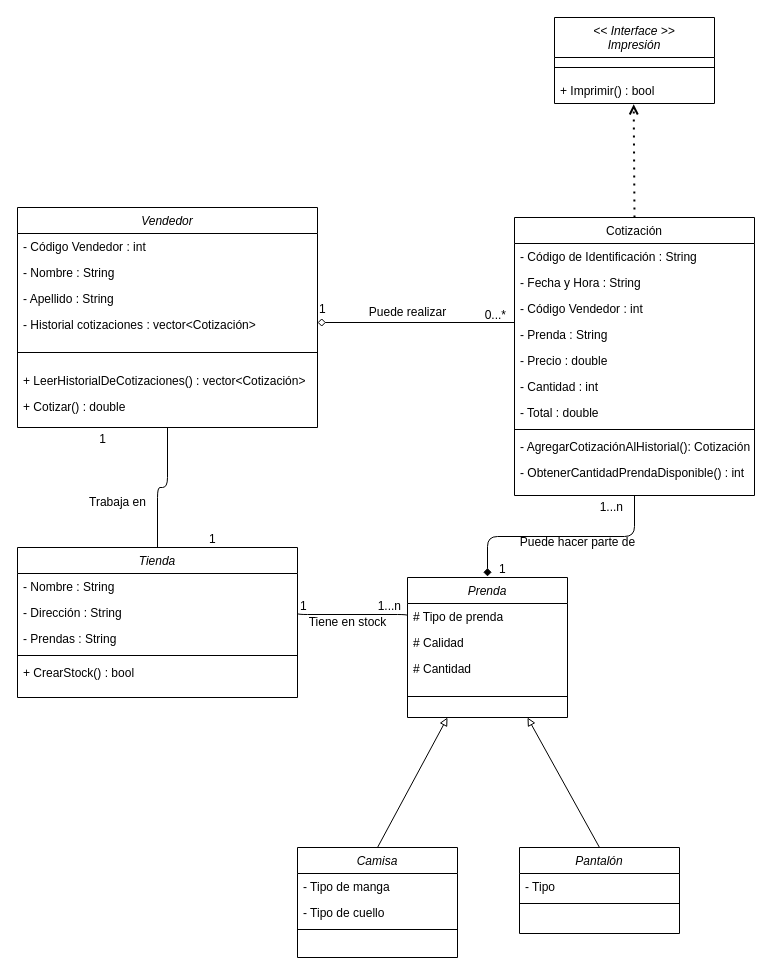
Before: DiagramaDeClases.drawio in Jhsh007/DesafioCotizador, a draw.io diagram. Source tidied: cells renumbered, new cells numbered last; positions are measured from the earlier drawing's top-left corner, leaving out a move shared by most shapes. Both pictures are drawn from the tidied source at 100%, with x=0, y=0 at pixel (17, 17).
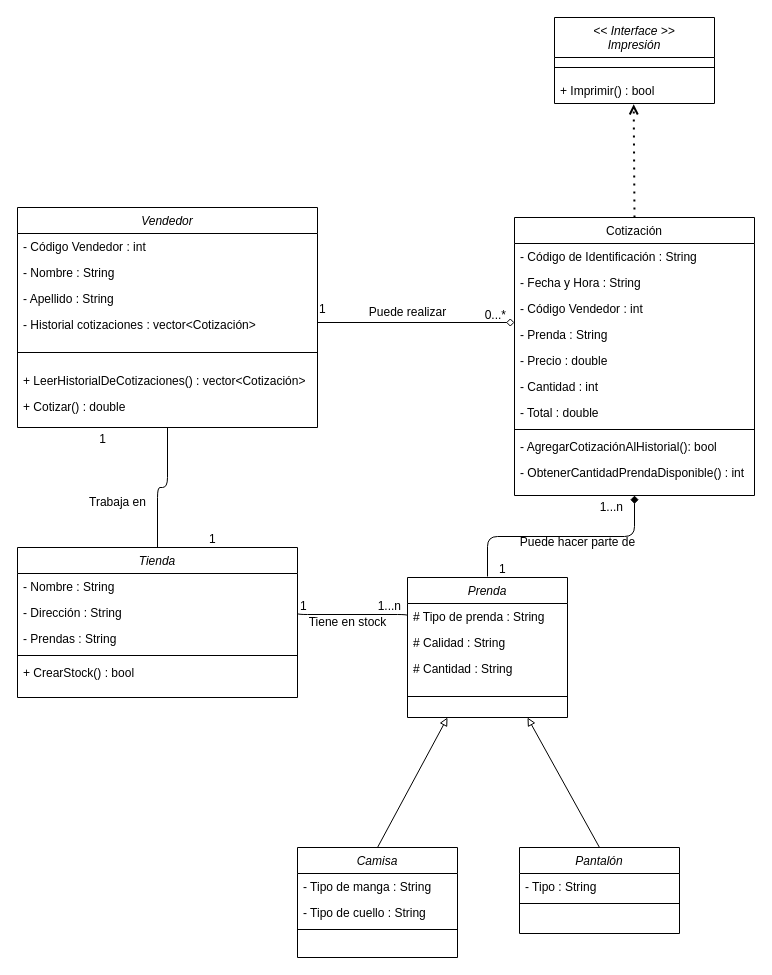
Above is the later version.

Commit message (it also covers changes not shown here):
Correción del diagrama UML

Unchanged cells that the change refers to:
```xml
<mxCell id="2" value="Vendedor" style="swimlane;fontStyle=2;align=center;verticalAlign=top;horizontal=1;startSize=26;rounded=0;shadow=0;strokeWidth=1;" parent="1" vertex="1">
  <mxGeometry y="190" width="300" height="220" as="geometry" />
</mxCell>
<mxCell id="10" value="Cotización" style="swimlane;fontStyle=0;align=center;verticalAlign=top;horizontal=1;startSize=26;rounded=0;shadow=0;strokeWidth=1;" parent="1" vertex="1">
  <mxGeometry x="497" y="200" width="240" height="278" as="geometry" />
</mxCell>
<mxCell id="30" value="Prenda" style="swimlane;fontStyle=2;align=center;verticalAlign=top;horizontal=1;startSize=26;rounded=0;shadow=0;strokeWidth=1;" parent="1" vertex="1">
  <mxGeometry x="390" y="560" width="160" height="140" as="geometry" />
</mxCell>
<mxCell id="41" value="Camisa" style="swimlane;fontStyle=2;align=center;verticalAlign=top;horizontal=1;startSize=26;rounded=0;shadow=0;strokeWidth=1;" parent="1" vertex="1">
  <mxGeometry x="280" y="830" width="160" height="110" as="geometry" />
</mxCell>
<mxCell id="45" value="Pantalón" style="swimlane;fontStyle=2;align=center;verticalAlign=top;horizontal=1;startSize=26;rounded=0;shadow=0;strokeWidth=1;" parent="1" vertex="1">
  <mxGeometry x="502" y="830" width="160" height="86" as="geometry" />
</mxCell>
```

The edit, as a diff of the source:
```diff
@@
-    <mxCell id="19" value="- AgregarCotizaciónAlHistorial(): Cotización" style="text;align=left;verticalAlign=top;spacingLeft=4;spacingRight=4;overflow=hidden;rounded=0;shadow=0;html=0;" parent="10" vertex="1">
+    <mxCell id="19" value="- AgregarCotizaciónAlHistorial(): bool" style="text;align=left;verticalAlign=top;spacingLeft=4;spacingRight=4;overflow=hidden;rounded=0;shadow=0;html=0;" parent="10" vertex="1">
       <mxGeometry y="216" width="240" height="26" as="geometry" />
     </mxCell>
@@
-    <mxCell id="21" style="endArrow=none;html=1;shadow=0;fontFamily=Helvetica;fontSize=11;fontColor=default;align=center;endFill=1;strokeColor=default;strokeWidth=1;edgeStyle=elbowEdgeStyle;elbow=vertical;startArrow=diamond;startFill=0;" parent="1" edge="1" source="2" target="10">
+    <mxCell id="21" style="endArrow=diamond;html=1;shadow=0;fontFamily=Helvetica;fontSize=11;fontColor=default;align=center;endFill=0;strokeColor=default;strokeWidth=1;edgeStyle=elbowEdgeStyle;elbow=vertical;startArrow=none;startFill=0;" parent="1" edge="1" source="2" target="10">
       <mxGeometry x="0.5" y="41" relative="1" as="geometry">
         <mxPoint x="-40" y="32" as="offset" />
       </mxGeometry>
     </mxCell>
@@
-    <mxCell id="31" value="# Tipo de prenda" style="text;align=left;verticalAlign=top;spacingLeft=4;spacingRight=4;overflow=hidden;points=[[0,0.5],[1,0.5]];portConstraint=eastwest;rounded=0;shadow=0;html=0;" parent="30" vertex="1">
+    <mxCell id="31" value="# Tipo de prenda : String" style="text;align=left;verticalAlign=top;spacingLeft=4;spacingRight=4;overflow=hidden;points=[[0,0.5],[1,0.5]];portConstraint=eastwest;rounded=0;shadow=0;html=0;" parent="30" vertex="1">
       <mxGeometry y="26" width="160" height="26" as="geometry" />
     </mxCell>
-    <mxCell id="32" value="# Calidad" style="text;align=left;verticalAlign=top;spacingLeft=4;spacingRight=4;overflow=hidden;rounded=0;shadow=0;html=0;" parent="30" vertex="1">
+    <mxCell id="32" value="# Calidad : String" style="text;align=left;verticalAlign=top;spacingLeft=4;spacingRight=4;overflow=hidden;rounded=0;shadow=0;html=0;" parent="30" vertex="1">
       <mxGeometry y="52" width="160" height="26" as="geometry" />
     </mxCell>
-    <mxCell id="33" value="# Cantidad" style="text;align=left;verticalAlign=top;spacingLeft=4;spacingRight=4;overflow=hidden;rounded=0;shadow=0;html=0;" parent="30" vertex="1">
+    <mxCell id="33" value="# Cantidad : String" style="text;align=left;verticalAlign=top;spacingLeft=4;spacingRight=4;overflow=hidden;rounded=0;shadow=0;html=0;" parent="30" vertex="1">
       <mxGeometry y="78" width="160" height="26" as="geometry" />
     </mxCell>
@@
-    <mxCell id="42" value="- Tipo de manga" style="text;align=left;verticalAlign=top;spacingLeft=4;spacingRight=4;overflow=hidden;" parent="41" vertex="1">
+    <mxCell id="42" value="- Tipo de manga : String" style="text;align=left;verticalAlign=top;spacingLeft=4;spacingRight=4;overflow=hidden;" parent="41" vertex="1">
       <mxGeometry y="26" width="160" height="26" as="geometry" />
     </mxCell>
-    <mxCell id="43" value="- Tipo de cuello" style="text;align=left;verticalAlign=top;spacingLeft=4;spacingRight=4;overflow=hidden;rounded=0;shadow=0;html=0;" parent="41" vertex="1">
+    <mxCell id="43" value="- Tipo de cuello : String" style="text;align=left;verticalAlign=top;spacingLeft=4;spacingRight=4;overflow=hidden;rounded=0;shadow=0;html=0;" parent="41" vertex="1">
       <mxGeometry y="52" width="160" height="26" as="geometry" />
     </mxCell>
@@
-    <mxCell id="46" value="- Tipo" style="text;align=left;verticalAlign=top;spacingLeft=4;spacingRight=4;overflow=hidden;" parent="45" vertex="1">
+    <mxCell id="46" value="- Tipo : String" style="text;align=left;verticalAlign=top;spacingLeft=4;spacingRight=4;overflow=hidden;" parent="45" vertex="1">
       <mxGeometry y="26" width="160" height="26" as="geometry" />
     </mxCell>
@@
-    <mxCell id="50" style="endArrow=none;html=1;shadow=0;fontFamily=Helvetica;fontSize=11;fontColor=default;align=center;endFill=1;strokeColor=default;strokeWidth=1;edgeStyle=elbowEdgeStyle;elbow=vertical;entryX=0.5;entryY=1;entryDx=0;entryDy=0;startArrow=diamond;startFill=1;" parent="1" edge="1" target="10">
+    <mxCell id="50" style="endArrow=diamond;html=1;shadow=0;fontFamily=Helvetica;fontSize=11;fontColor=default;align=center;endFill=1;strokeColor=default;strokeWidth=1;edgeStyle=elbowEdgeStyle;elbow=vertical;entryX=0.5;entryY=1;entryDx=0;entryDy=0;startArrow=none;startFill=0;" parent="1" edge="1" target="10">
       <mxGeometry x="0.5" y="41" relative="1" as="geometry">
         <mxPoint x="470" y="559" as="sourcePoint" />
         <mxPoint x="-40" y="32" as="offset" />
       </mxGeometry>
     </mxCell>
```
